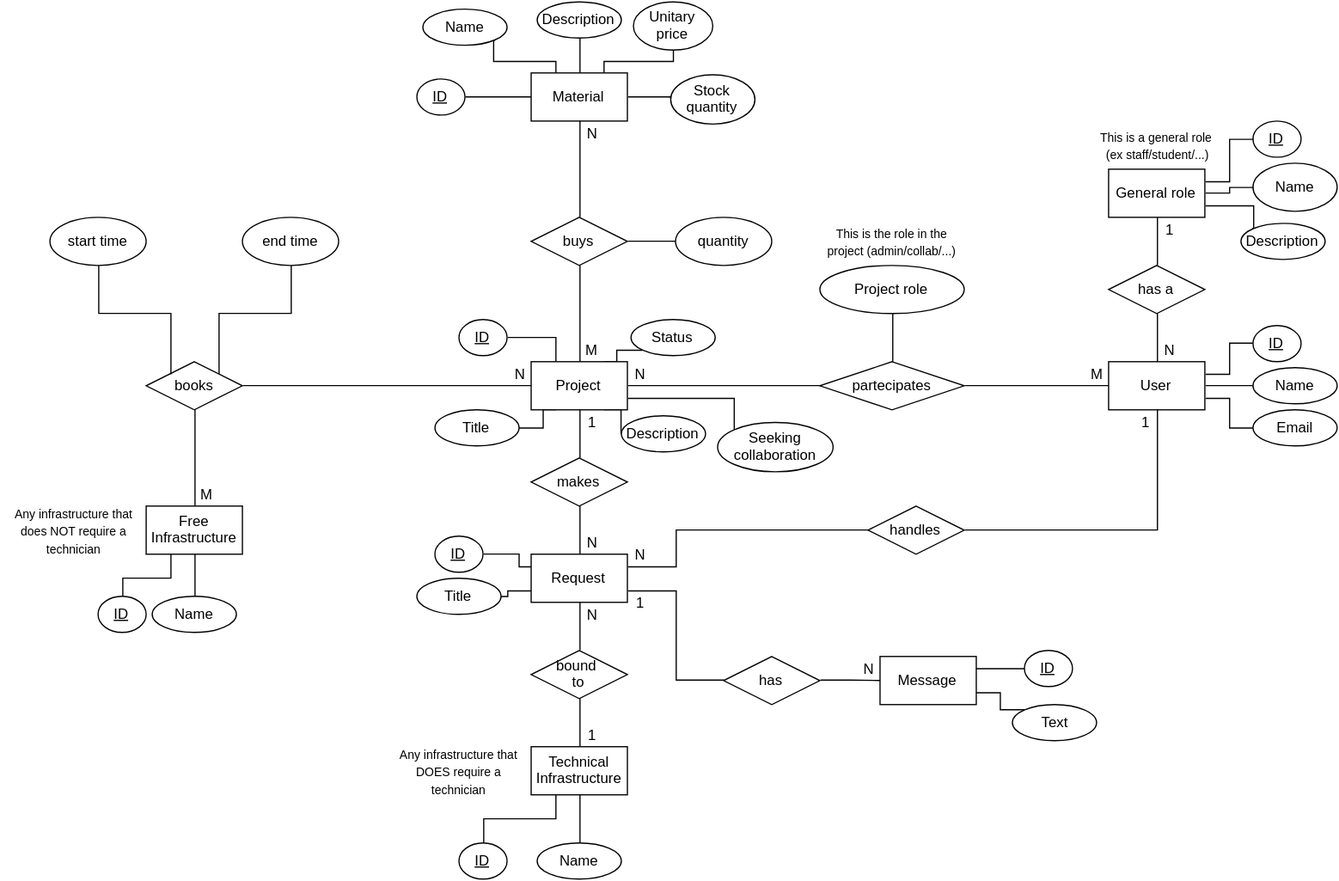
Above: Schema/mpm-db-er-schema.svg in shalen-original/dbms2016-exam-project (draw.io), before the change. Source tidied: cells renumbered, new cells last; positions are measured from the earlier drawing's top-left corner, leaving out a move shared by most shapes.
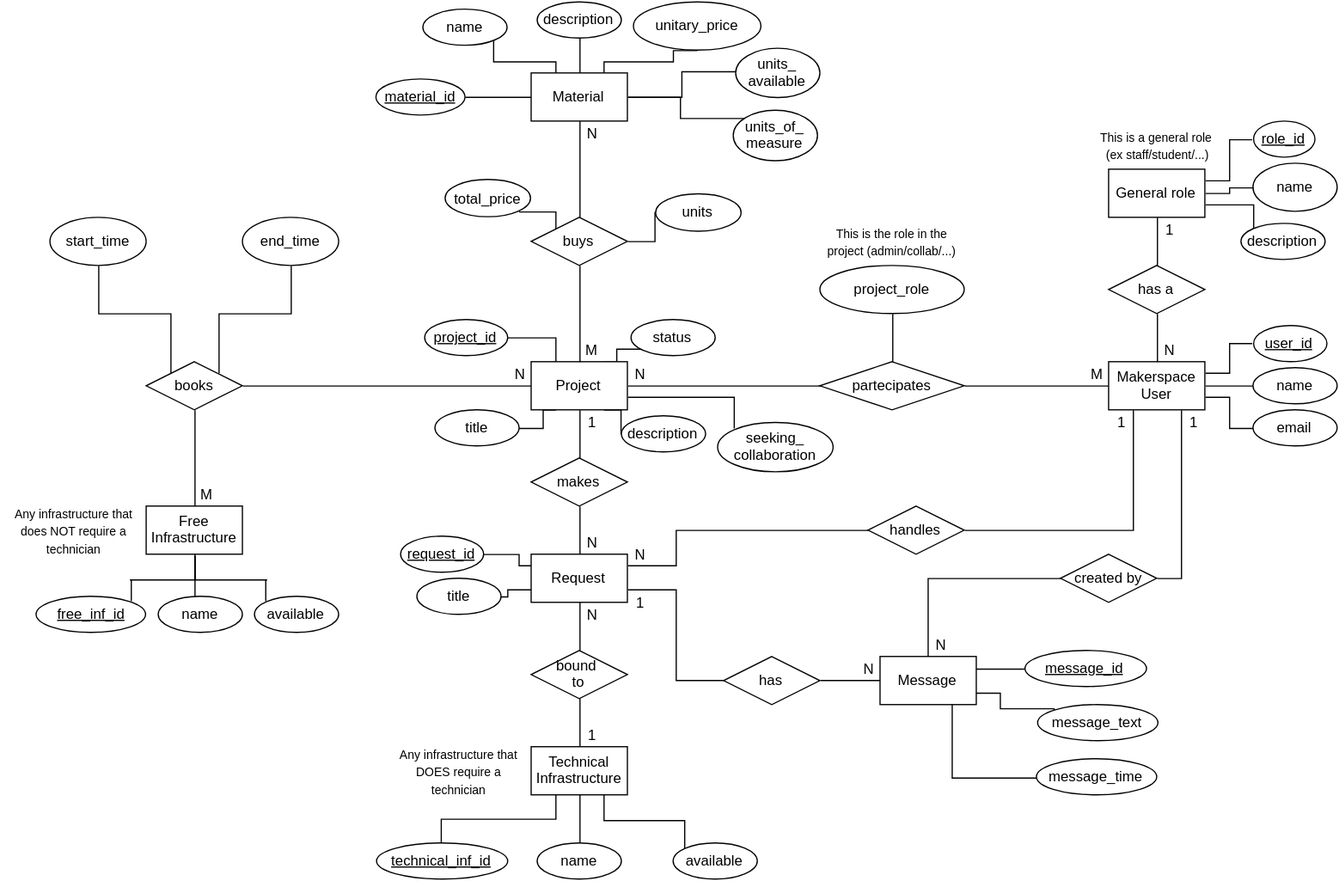
After the commit.

Commit message:
ER-schema updated to reflect changes in create.sql

What changed in the source:
```diff
@@ -53,3 +53,3 @@
     </mxCell>
-    <mxCell id="15" value="User" style="whiteSpace=wrap;html=1;" parent="1" vertex="1">
+    <mxCell id="15" value="Makerspace&lt;div&gt;User&lt;/div&gt;" style="whiteSpace=wrap;html=1;" parent="1" vertex="1">
       <mxGeometry x="920" y="299" width="80" height="40" as="geometry" />
@@ -141,2 +141,5 @@
     </mxCell>
+    <mxCell id="112" style="edgeStyle=orthogonalEdgeStyle;rounded=0;html=1;exitX=0.5;exitY=0;entryX=0;entryY=0.5;endArrow=none;endFill=0;jettySize=auto;" parent="1" edge="1" source="31" target="126">
+      <mxGeometry relative="1" as="geometry" />
+    </mxCell>
     <mxCell id="31" value="Message" style="whiteSpace=wrap;html=1;" parent="1" vertex="1">
@@ -168,4 +171,4 @@
     </mxCell>
-    <mxCell id="40" value="quantity" style="ellipse;whiteSpace=wrap;html=1;" parent="1" vertex="1">
-      <mxGeometry x="560" y="179" width="80" height="40" as="geometry" />
+    <mxCell id="40" value="units" style="ellipse;whiteSpace=wrap;html=1;" parent="1" vertex="1">
+      <mxGeometry x="543" y="159" width="71" height="31" as="geometry" />
     </mxCell>
@@ -180,3 +183,3 @@
     </mxCell>
-    <mxCell id="44" value="start time" style="ellipse;whiteSpace=wrap;html=1;" parent="1" vertex="1">
+    <mxCell id="44" value="start_time" style="ellipse;whiteSpace=wrap;html=1;" parent="1" vertex="1">
       <mxGeometry x="40" y="179" width="80" height="40" as="geometry" />
@@ -186,3 +189,3 @@
     </mxCell>
-    <mxCell id="46" value="end time" style="ellipse;whiteSpace=wrap;html=1;" parent="1" vertex="1">
+    <mxCell id="46" value="end_time" style="ellipse;whiteSpace=wrap;html=1;" parent="1" vertex="1">
       <mxGeometry x="200" y="179" width="80" height="40" as="geometry" />
@@ -209,3 +212,3 @@
     </mxCell>
-    <mxCell id="53" value="Project role" style="ellipse;whiteSpace=wrap;html=1;" parent="52" vertex="1">
+    <mxCell id="53" value="project_role" style="ellipse;whiteSpace=wrap;html=1;" parent="52" vertex="1">
       <mxGeometry y="40" width="120" height="40" as="geometry" />
@@ -257,8 +260,2 @@
     </mxCell>
-    <mxCell id="69" style="edgeStyle=orthogonalEdgeStyle;rounded=0;html=1;exitX=0.25;exitY=1;entryX=0.5;entryY=0;endArrow=none;endFill=0;jettySize=auto;" parent="1" edge="1" source="71" target="76">
-      <mxGeometry relative="1" as="geometry" />
-    </mxCell>
-    <mxCell id="70" style="edgeStyle=orthogonalEdgeStyle;rounded=0;html=1;exitX=0.5;exitY=1;entryX=0.5;entryY=0;endArrow=none;endFill=0;jettySize=auto;" parent="1" edge="1" source="71" target="77">
-      <mxGeometry relative="1" as="geometry" />
-    </mxCell>
     <mxCell id="71" value="Free&lt;div&gt;Infrastructure&lt;/div&gt;" style="whiteSpace=wrap;html=1;" parent="1" vertex="1">
@@ -278,7 +275,19 @@
     </mxCell>
+    <mxCell id="113" style="edgeStyle=orthogonalEdgeStyle;rounded=0;html=1;exitX=1;exitY=0;endArrow=none;endFill=0;jettySize=auto;" parent="1" edge="1" source="76">
+      <mxGeometry relative="1" as="geometry">
+        <mxPoint x="161" y="460" as="targetPoint" />
+        <Array as="points">
+          <mxPoint x="107" y="480" />
+          <mxPoint x="161" y="480" />
+        </Array>
+      </mxGeometry>
+    </mxCell>
-    <mxCell id="76" value="&lt;u&gt;ID&lt;/u&gt;" style="ellipse;whiteSpace=wrap;html=1;" parent="1" vertex="1">
-      <mxGeometry x="80" y="494" width="40" height="30" as="geometry" />
+    <mxCell id="76" value="&lt;u&gt;free_inf_id&lt;/u&gt;" style="ellipse;whiteSpace=wrap;html=1;" parent="1" vertex="1">
+      <mxGeometry x="29" y="494" width="91" height="30" as="geometry" />
     </mxCell>
+    <mxCell id="114" style="edgeStyle=orthogonalEdgeStyle;rounded=0;html=1;exitX=0.5;exitY=0;entryX=0.5;entryY=1;endArrow=none;endFill=0;jettySize=auto;" parent="1" edge="1" source="77" target="71">
+      <mxGeometry relative="1" as="geometry" />
+    </mxCell>
-    <mxCell id="77" value="Name" style="ellipse;whiteSpace=wrap;html=1;" parent="1" vertex="1">
-      <mxGeometry x="125" y="494" width="70" height="30" as="geometry" />
+    <mxCell id="77" value="name" style="ellipse;whiteSpace=wrap;html=1;" parent="1" vertex="1">
+      <mxGeometry x="130" y="494" width="70" height="30" as="geometry" />
     </mxCell>
@@ -296,27 +305,27 @@
     </mxCell>
-    <mxCell id="82" value="&lt;u&gt;ID&lt;/u&gt;" style="ellipse;whiteSpace=wrap;html=1;" parent="1" vertex="1">
-      <mxGeometry x="380" y="699" width="40" height="30" as="geometry" />
+    <mxCell id="82" value="&lt;u&gt;technical_inf_id&lt;/u&gt;" style="ellipse;whiteSpace=wrap;html=1;" parent="1" vertex="1">
+      <mxGeometry x="311" y="699" width="109" height="30" as="geometry" />
     </mxCell>
-    <mxCell id="83" value="Name" style="ellipse;whiteSpace=wrap;html=1;" parent="1" vertex="1">
+    <mxCell id="83" value="name" style="ellipse;whiteSpace=wrap;html=1;" parent="1" vertex="1">
       <mxGeometry x="445" y="699" width="70" height="30" as="geometry" />
     </mxCell>
-    <mxCell id="84" value="&lt;u&gt;ID&lt;/u&gt;" style="ellipse;whiteSpace=wrap;html=1;" parent="1" vertex="1">
-      <mxGeometry x="850" y="539" width="40" height="30" as="geometry" />
+    <mxCell id="84" value="&lt;u&gt;message_id&lt;/u&gt;" style="ellipse;whiteSpace=wrap;html=1;" parent="1" vertex="1">
+      <mxGeometry x="850" y="539" width="101" height="30" as="geometry" />
     </mxCell>
-    <mxCell id="85" value="Text" style="ellipse;whiteSpace=wrap;html=1;" parent="1" vertex="1">
-      <mxGeometry x="840" y="584" width="70" height="30" as="geometry" />
+    <mxCell id="85" value="message_text" style="ellipse;whiteSpace=wrap;html=1;" parent="1" vertex="1">
+      <mxGeometry x="861" y="584" width="100" height="30" as="geometry" />
     </mxCell>
-    <mxCell id="86" value="&lt;u&gt;ID&lt;/u&gt;" style="ellipse;whiteSpace=wrap;html=1;" parent="1" vertex="1">
-      <mxGeometry x="1040" y="269" width="40" height="30" as="geometry" />
+    <mxCell id="86" value="&lt;u&gt;user_id&lt;/u&gt;" style="ellipse;whiteSpace=wrap;html=1;" parent="1" vertex="1">
+      <mxGeometry x="1040" y="269" width="61" height="30" as="geometry" />
     </mxCell>
-    <mxCell id="87" value="Name" style="ellipse;whiteSpace=wrap;html=1;" parent="1" vertex="1">
+    <mxCell id="87" value="name" style="ellipse;whiteSpace=wrap;html=1;" parent="1" vertex="1">
       <mxGeometry x="1040" y="304" width="70" height="30" as="geometry" />
     </mxCell>
-    <mxCell id="88" value="Email" style="ellipse;whiteSpace=wrap;html=1;" parent="1" vertex="1">
+    <mxCell id="88" value="email" style="ellipse;whiteSpace=wrap;html=1;" parent="1" vertex="1">
       <mxGeometry x="1040" y="339" width="70" height="30" as="geometry" />
     </mxCell>
-    <mxCell id="89" value="&lt;u&gt;ID&lt;/u&gt;" style="ellipse;whiteSpace=wrap;html=1;" parent="1" vertex="1">
-      <mxGeometry x="1040" y="99" width="40" height="30" as="geometry" />
+    <mxCell id="89" value="&lt;u&gt;role_id&lt;/u&gt;" style="ellipse;whiteSpace=wrap;html=1;" parent="1" vertex="1">
+      <mxGeometry x="1040" y="99" width="51" height="30" as="geometry" />
     </mxCell>
-    <mxCell id="90" value="Name" style="ellipse;whiteSpace=wrap;html=1;" parent="1" vertex="1">
+    <mxCell id="90" value="name" style="ellipse;whiteSpace=wrap;html=1;" parent="1" vertex="1">
       <mxGeometry x="1040" y="134" width="70" height="40" as="geometry" />
@@ -330,3 +339,3 @@
     </mxCell>
-    <mxCell id="92" value="Description" style="ellipse;whiteSpace=wrap;html=1;" parent="1" vertex="1">
+    <mxCell id="92" value="description" style="ellipse;whiteSpace=wrap;html=1;" parent="1" vertex="1">
       <mxGeometry x="1030" y="184" width="70" height="30" as="geometry" />
@@ -339,49 +348,49 @@
     </mxCell>
-    <mxCell id="95" value="&lt;u&gt;ID&lt;/u&gt;" style="ellipse;whiteSpace=wrap;html=1;" parent="1" vertex="1">
-      <mxGeometry x="360" y="444" width="40" height="30" as="geometry" />
+    <mxCell id="95" value="&lt;u&gt;request_id&lt;/u&gt;" style="ellipse;whiteSpace=wrap;html=1;" parent="1" vertex="1">
+      <mxGeometry x="331" y="444" width="69" height="30" as="geometry" />
     </mxCell>
-    <mxCell id="96" value="Title" style="ellipse;whiteSpace=wrap;html=1;" parent="1" vertex="1">
+    <mxCell id="96" value="title" style="ellipse;whiteSpace=wrap;html=1;" parent="1" vertex="1">
       <mxGeometry x="345" y="479" width="70" height="30" as="geometry" />
     </mxCell>
-    <mxCell id="97" value="&lt;u&gt;ID&lt;/u&gt;" style="ellipse;whiteSpace=wrap;html=1;" parent="1" vertex="1">
-      <mxGeometry x="380" y="264" width="40" height="30" as="geometry" />
+    <mxCell id="97" value="&lt;u&gt;project_id&lt;/u&gt;" style="ellipse;whiteSpace=wrap;html=1;" parent="1" vertex="1">
+      <mxGeometry x="351" y="264" width="69" height="30" as="geometry" />
     </mxCell>
-    <mxCell id="98" value="Title" style="ellipse;whiteSpace=wrap;html=1;" parent="1" vertex="1">
+    <mxCell id="98" value="title" style="ellipse;whiteSpace=wrap;html=1;align=center;verticalAlign=middle;" parent="1" vertex="1">
       <mxGeometry x="360" y="339" width="70" height="30" as="geometry" />
     </mxCell>
-    <mxCell id="99" value="Description" style="ellipse;whiteSpace=wrap;html=1;" parent="1" vertex="1">
+    <mxCell id="99" value="description" style="ellipse;whiteSpace=wrap;html=1;" parent="1" vertex="1">
       <mxGeometry x="515" y="344" width="70" height="30" as="geometry" />
     </mxCell>
-    <mxCell id="100" value="&lt;u&gt;ID&lt;/u&gt;" style="ellipse;whiteSpace=wrap;html=1;" parent="1" vertex="1">
-      <mxGeometry x="345" y="64" width="40" height="30" as="geometry" />
+    <mxCell id="100" value="&lt;u&gt;material_id&lt;/u&gt;" style="ellipse;whiteSpace=wrap;html=1;" parent="1" vertex="1">
+      <mxGeometry x="311" y="64" width="74" height="30" as="geometry" />
     </mxCell>
-    <mxCell id="101" value="Name" style="ellipse;whiteSpace=wrap;html=1;" parent="1" vertex="1">
+    <mxCell id="101" value="name" style="ellipse;whiteSpace=wrap;html=1;" parent="1" vertex="1">
       <mxGeometry x="350" y="6" width="70" height="30" as="geometry" />
     </mxCell>
-    <mxCell id="102" value="Description" style="ellipse;whiteSpace=wrap;html=1;" parent="1" vertex="1">
+    <mxCell id="102" value="description" style="ellipse;whiteSpace=wrap;html=1;" parent="1" vertex="1">
       <mxGeometry x="445" width="70" height="30" as="geometry" />
     </mxCell>
-    <mxCell id="103" value="Unitary price" style="ellipse;whiteSpace=wrap;html=1;" parent="1" vertex="1">
-      <mxGeometry x="525" width="66" height="40" as="geometry" />
+    <mxCell id="103" value="unitary_price" style="ellipse;whiteSpace=wrap;html=1;" parent="1" vertex="1">
+      <mxGeometry x="525" width="106" height="40" as="geometry" />
     </mxCell>
-    <mxCell id="104" value="Stock quantity" style="ellipse;whiteSpace=wrap;html=1;" parent="1" vertex="1">
-      <mxGeometry x="556" y="60" width="70" height="41" as="geometry" />
+    <mxCell id="104" value="units_&lt;div&gt;available&lt;/div&gt;" style="ellipse;whiteSpace=wrap;html=1;" parent="1" vertex="1">
+      <mxGeometry x="610" y="38" width="70" height="41" as="geometry" />
     </mxCell>
-    <mxCell id="105" value="Status" style="ellipse;whiteSpace=wrap;html=1;" parent="1" vertex="1">
+    <mxCell id="105" value="status" style="ellipse;whiteSpace=wrap;html=1;" parent="1" vertex="1">
       <mxGeometry x="523" y="264" width="70" height="30" as="geometry" />
     </mxCell>
-    <mxCell id="106" value="Seeking&lt;div&gt;collaboration&lt;/div&gt;" style="ellipse;whiteSpace=wrap;html=1;" parent="1" vertex="1">
+    <mxCell id="106" value="seeking_&lt;div&gt;collaboration&lt;/div&gt;" style="ellipse;whiteSpace=wrap;html=1;" parent="1" vertex="1">
       <mxGeometry x="595" y="349" width="96" height="41" as="geometry" />
     </mxCell>
+    <mxCell id="108" style="edgeStyle=orthogonalEdgeStyle;rounded=0;html=1;exitX=0;exitY=0.5;endArrow=none;endFill=0;jettySize=auto;entryX=1;entryY=0.25;" parent="1" edge="1" source="109" target="27">
+      <mxGeometry relative="1" as="geometry">
+        <Array as="points">
+          <mxPoint x="561" y="439" />
+          <mxPoint x="561" y="469" />
+        </Array>
+      </mxGeometry>
+    </mxCell>
-    <mxCell id="107" style="edgeStyle=orthogonalEdgeStyle;rounded=0;html=1;exitX=1;exitY=0.5;entryX=0.5;entryY=1;endArrow=none;endFill=0;jettySize=auto;" parent="1" edge="1" source="109" target="15">
+    <mxCell id="107" style="edgeStyle=orthogonalEdgeStyle;rounded=0;html=1;exitX=1;exitY=0.5;entryX=0.25;entryY=1;endArrow=none;endFill=0;jettySize=auto;" parent="1" edge="1" source="109" target="15">
       <mxGeometry relative="1" as="geometry" />
     </mxCell>
-    <mxCell id="108" style="edgeStyle=orthogonalEdgeStyle;rounded=0;html=1;exitX=0;exitY=0.5;endArrow=none;endFill=0;jettySize=auto;entryX=1;entryY=0.25;" parent="1" edge="1" source="109" target="27">
-      <mxGeometry relative="1" as="geometry">
-        <Array as="points">
-          <mxPoint x="561" y="439" />
-          <mxPoint x="561" y="469" />
-        </Array>
-      </mxGeometry>
-    </mxCell>
     <mxCell id="109" value="handles" style="rhombus;whiteSpace=wrap;html=1;" parent="1" vertex="1">
@@ -393,4 +402,61 @@
     <mxCell id="111" value="1" style="text;html=1;strokeColor=none;fillColor=none;align=center;verticalAlign=middle;whiteSpace=wrap;rounded=0;shadow=0;glass=0;comic=0;" parent="1" vertex="1">
-      <mxGeometry x="940" y="339" width="20" height="20" as="geometry" />
+      <mxGeometry x="920" y="339" width="20" height="20" as="geometry" />
     </mxCell>
+    <mxCell id="115" style="edgeStyle=orthogonalEdgeStyle;rounded=0;html=1;exitX=0;exitY=0;entryX=1;entryY=0.5;endArrow=none;endFill=0;jettySize=auto;" parent="1" edge="1" source="116" target="22">
+      <mxGeometry relative="1" as="geometry" />
+    </mxCell>
+    <mxCell id="116" value="units_of_&lt;div&gt;measure&lt;/div&gt;" style="ellipse;whiteSpace=wrap;html=1;" parent="1" vertex="1">
+      <mxGeometry x="608" y="90" width="70" height="42" as="geometry" />
+    </mxCell>
+    <mxCell id="117" style="edgeStyle=orthogonalEdgeStyle;rounded=0;html=1;exitX=1;exitY=1;entryX=0;entryY=0;endArrow=none;endFill=0;jettySize=auto;" parent="1" edge="1" source="118" target="39">
+      <mxGeometry relative="1" as="geometry" />
+    </mxCell>
+    <mxCell id="118" value="total_price" style="ellipse;whiteSpace=wrap;html=1;" parent="1" vertex="1">
+      <mxGeometry x="369" y="148" width="71" height="31" as="geometry" />
+    </mxCell>
+    <mxCell id="119" style="edgeStyle=orthogonalEdgeStyle;rounded=0;html=1;exitX=0;exitY=0;endArrow=none;endFill=0;jettySize=auto;" parent="1" edge="1" source="120">
+      <mxGeometry relative="1" as="geometry">
+        <mxPoint x="161" y="460" as="targetPoint" />
+        <Array as="points">
+          <mxPoint x="220" y="480" />
+          <mxPoint x="161" y="480" />
+        </Array>
+      </mxGeometry>
+    </mxCell>
+    <mxCell id="120" value="available" style="ellipse;whiteSpace=wrap;html=1;" parent="1" vertex="1">
+      <mxGeometry x="210" y="494" width="70" height="30" as="geometry" />
+    </mxCell>
+    <mxCell id="121" style="edgeStyle=orthogonalEdgeStyle;rounded=0;html=1;exitX=0;exitY=0;entryX=0.75;entryY=1;endArrow=none;endFill=0;jettySize=auto;" parent="1" edge="1" source="122" target="80">
+      <mxGeometry relative="1" as="geometry">
+        <Array as="points">
+          <mxPoint x="568" y="680" />
+          <mxPoint x="500" y="680" />
+        </Array>
+      </mxGeometry>
+    </mxCell>
+    <mxCell id="122" value="available" style="ellipse;whiteSpace=wrap;html=1;" parent="1" vertex="1">
+      <mxGeometry x="558" y="699" width="70" height="30" as="geometry" />
+    </mxCell>
+    <mxCell id="123" style="edgeStyle=orthogonalEdgeStyle;rounded=0;html=1;exitX=0;exitY=0.5;endArrow=none;endFill=0;jettySize=auto;entryX=0.75;entryY=1;" parent="1" edge="1" source="124" target="31">
+      <mxGeometry relative="1" as="geometry">
+        <Array as="points">
+          <mxPoint x="790" y="645" />
+        </Array>
+      </mxGeometry>
+    </mxCell>
+    <mxCell id="124" value="message_time" style="ellipse;whiteSpace=wrap;html=1;" parent="1" vertex="1">
+      <mxGeometry x="860" y="629" width="100" height="30" as="geometry" />
+    </mxCell>
+    <mxCell id="125" style="edgeStyle=orthogonalEdgeStyle;rounded=0;html=1;exitX=1;exitY=0.5;entryX=0.75;entryY=1;endArrow=none;endFill=0;jettySize=auto;" parent="1" edge="1" source="126" target="15">
+      <mxGeometry relative="1" as="geometry" />
+    </mxCell>
+    <mxCell id="126" value="created by" style="rhombus;whiteSpace=wrap;html=1;" parent="1" vertex="1">
+      <mxGeometry x="880" y="459" width="80" height="40" as="geometry" />
+    </mxCell>
+    <mxCell id="127" value="1" style="text;html=1;strokeColor=none;fillColor=none;align=center;verticalAlign=middle;whiteSpace=wrap;rounded=0;shadow=0;glass=0;comic=0;" parent="1" vertex="1">
+      <mxGeometry x="980" y="339" width="20" height="20" as="geometry" />
+    </mxCell>
+    <mxCell id="128" value="N" style="text;html=1;strokeColor=none;fillColor=none;align=center;verticalAlign=middle;whiteSpace=wrap;rounded=0;shadow=0;glass=0;comic=0;" parent="1" vertex="1">
+      <mxGeometry x="770" y="524" width="20" height="20" as="geometry" />
+    </mxCell>
   </root>
```
